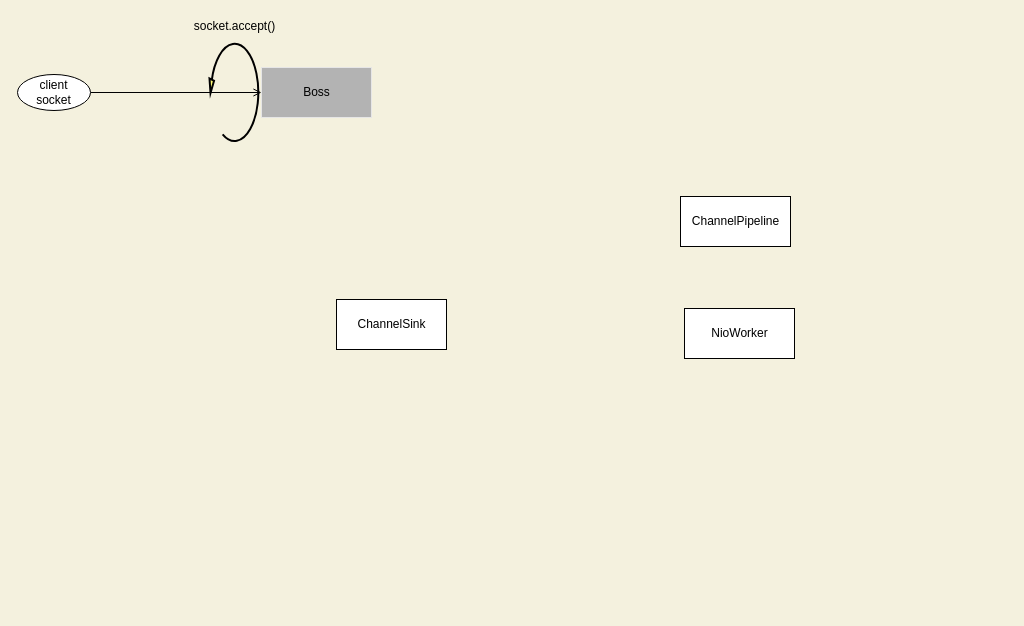
11800222/MeleyForDiagramsStorage keeps this draw.io diagram as acceptingClientSocket.drawio. Above is the earlier version. Source tidied: cells renumbered, new cells numbered last; positions are measured from the earlier drawing's top-left corner, leaving out a move shared by most shapes. Both pictures are drawn from the tidied source at 100%, with x=0, y=0 at pixel (17, 17).
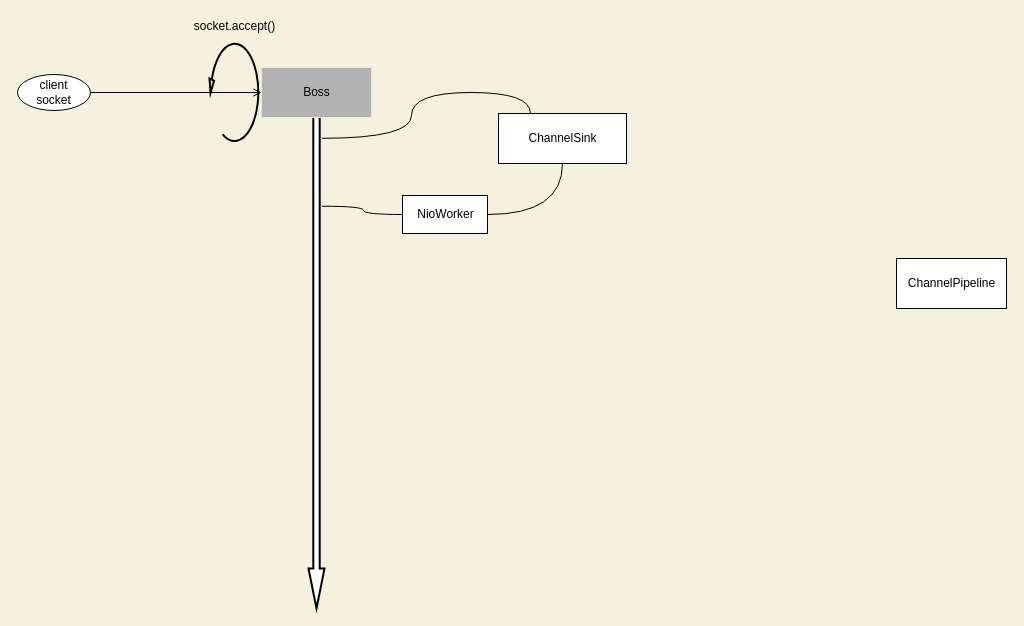
The same page after the edit.

What changed in the source:
```diff
@@
 <mxGraphModel background="#F4F1DE">
   <root>
     <mxCell id="0" />
     <mxCell id="1" parent="0" />
+    <mxCell id="10" style="verticalLabelPosition=bottom;verticalAlign=top;html=1;strokeWidth=2;shape=mxgraph.arrows2.arrow;dy=0.6;dx=40;notch=0;rotation=90;" parent="1" vertex="1">
+      <mxGeometry x="51" y="335" width="496" height="16" as="geometry" />
+    </mxCell>
     <mxCell id="2" style="edgeStyle=orthogonalEdgeStyle;rounded=0;jettySize=auto;html=1;exitX=0;exitY=0.5;exitDx=0;exitDy=0;startArrow=open;startFill=0;endArrow=none;endFill=0;entryX=1;entryY=0.5;entryDx=0;entryDy=0;" parent="1" edge="1" source="3" target="7">
       <mxGeometry relative="1" as="geometry" />
     </mxCell>
     <mxCell id="3" value="Boss" style="html=1;fillColor=#B3B3B3;strokeColor=#E6E6E6;" parent="1" vertex="1">
       <mxGeometry x="244" y="50" width="110" height="50" as="geometry" />
     </mxCell>
-    <mxCell id="4" value="ChannelSink" style="html=1;" parent="1" vertex="1">
-      <mxGeometry x="319" y="282" width="110" height="50" as="geometry" />
-    </mxCell>
     <mxCell id="5" value="ChannelPipeline" style="html=1;" parent="1" vertex="1">
-      <mxGeometry x="663" y="179" width="110" height="50" as="geometry" />
+      <mxGeometry x="879" y="241" width="110" height="50" as="geometry" />
     </mxCell>
+    <mxCell id="11" style="edgeStyle=orthogonalEdgeStyle;rounded=0;jettySize=auto;html=1;entryX=0.189;entryY=0.159;entryDx=0;entryDy=0;entryPerimeter=0;curved=1;endArrow=none;endFill=0;" parent="1" edge="1" source="6" target="10">
+      <mxGeometry relative="1" as="geometry" />
+    </mxCell>
     <mxCell id="6" value="NioWorker" style="html=1;" parent="1" vertex="1">
-      <mxGeometry x="667" y="291" width="110" height="50" as="geometry" />
+      <mxGeometry x="385" y="178" width="85" height="38" as="geometry" />
     </mxCell>
     <mxCell id="7" value="client&lt;br&gt;socket" style="ellipse;whiteSpace=wrap;html=1;" parent="1" vertex="1">
       <mxGeometry y="57" width="73" height="36" as="geometry" />
     </mxCell>
     <mxCell id="8" style="verticalLabelPosition=bottom;html=1;verticalAlign=top;strokeWidth=2;shape=mxgraph.lean_mapping.physical_pull;fillColor=#FFFA75;rotation=-180;" parent="1" vertex="1">
       <mxGeometry x="192" y="26" width="49" height="98" as="geometry" />
     </mxCell>
     <mxCell id="9" value="socket.accept()" style="text;html=1;align=center;verticalAlign=middle;strokeColor=none;fillColor=none;" parent="1" vertex="1">
       <mxGeometry x="167.5" width="98" height="18" as="geometry" />
     </mxCell>
+    <mxCell id="12" style="edgeStyle=orthogonalEdgeStyle;rounded=0;jettySize=auto;html=1;exitX=0.5;exitY=1;exitDx=0;exitDy=0;curved=1;endArrow=none;endFill=0;entryX=1;entryY=0.5;entryDx=0;entryDy=0;startArrow=none;" parent="1" edge="1" source="4" target="6">
+      <mxGeometry relative="1" as="geometry" />
+    </mxCell>
+    <mxCell id="4" value="ChannelSink" style="html=1;" parent="1" vertex="1">
+      <mxGeometry x="481" y="96" width="128" height="50" as="geometry" />
+    </mxCell>
+    <mxCell id="13" style="edgeStyle=orthogonalEdgeStyle;rounded=0;jettySize=auto;html=1;exitX=0.052;exitY=0.159;exitDx=0;exitDy=0;exitPerimeter=0;curved=1;endArrow=none;endFill=0;entryX=0.25;entryY=0;entryDx=0;entryDy=0;" parent="1" edge="1" source="10" target="4">
+      <mxGeometry relative="1" as="geometry" />
+    </mxCell>
   </root>
 </mxGraphModel>
```
